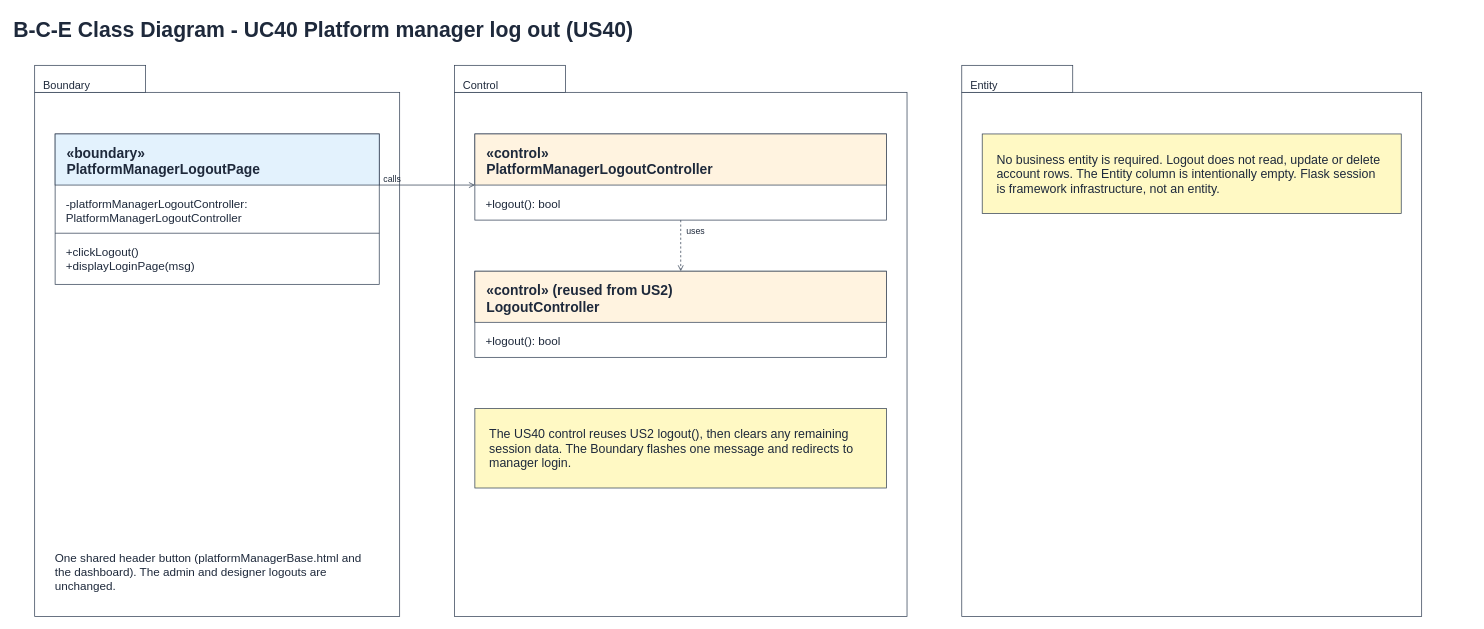
Hanzxc/CSIT314-ARCHSS keeps this draw.io diagram as page "5 BCE Class Diagram" (6 of 7) of Sprint_3/US40 - Platform Manager Log out/US40 Platform manager log out.drawio. Above is the earlier version. Source tidied: cells renumbered, new cells numbered last; positions are measured from the earlier drawing's top-left corner, leaving out a move shared by most shapes. Both pictures are drawn from the tidied source at 73%, with x=0, y=0 at pixel (12, 12).
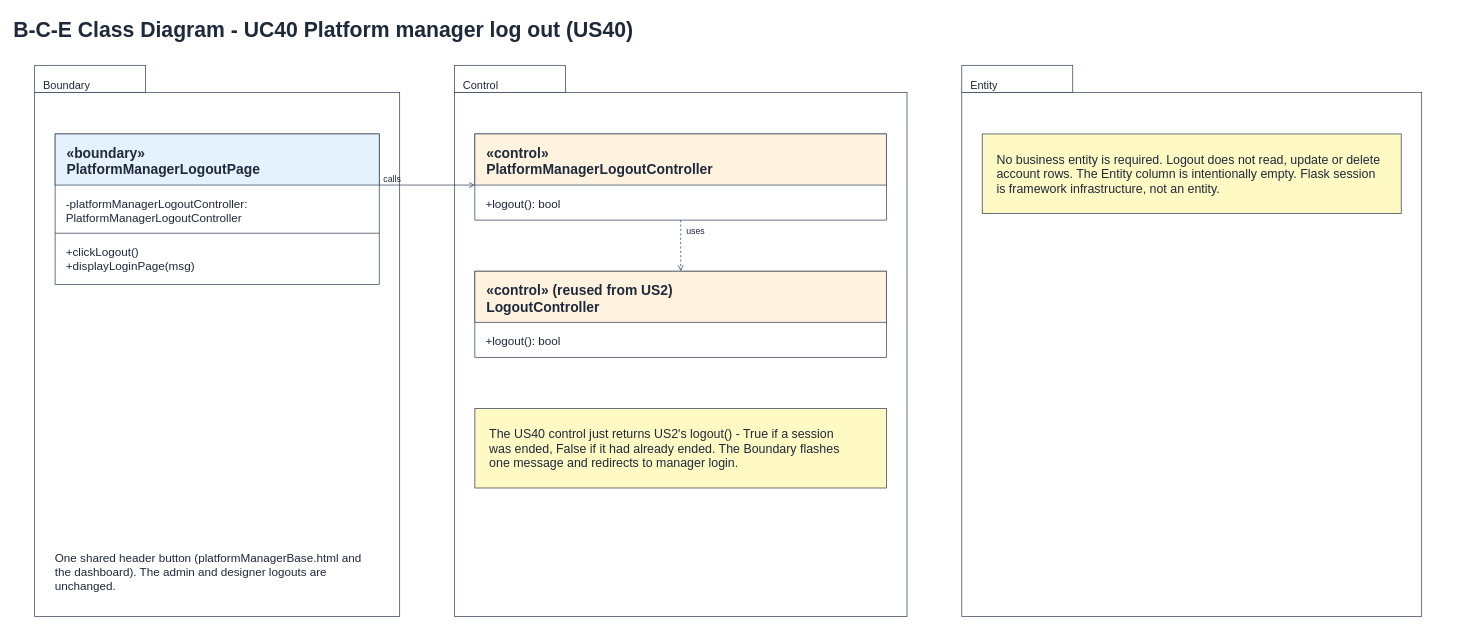
After the change.

What changed in the source:
```diff
@@
-    <mxCell id="27" value="The US40 control reuses US2 logout(), then clears any remaining&#10;session data. The Boundary flashes one message and redirects to&#10;manager login." style="text;html=0;align=left;verticalAlign=top;fontSize=17;fontStyle=0;fontColor=#1e293b;" parent="1" vertex="1">
+    <mxCell id="27" value="The US40 control just returns US2's logout() - True if a session&#10;was ended, False if it had already ended. The Boundary flashes&#10;one message and redirects to manager login." style="text;html=0;align=left;verticalAlign=top;fontSize=17;fontStyle=0;fontColor=#1e293b;" parent="1" vertex="1">
       <mxGeometry x="652" y="561" width="528" height="73" as="geometry" />
     </mxCell>
```
